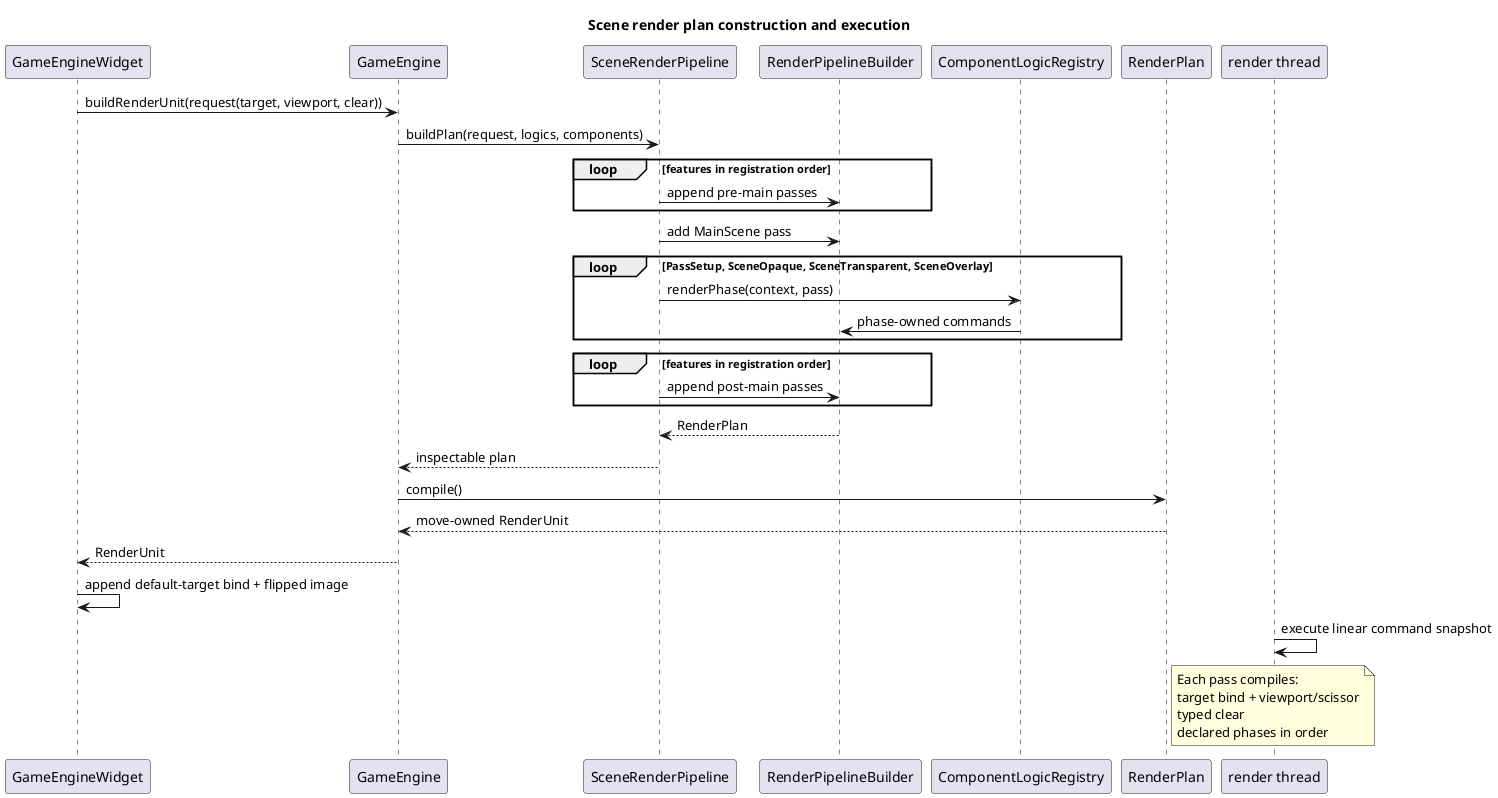
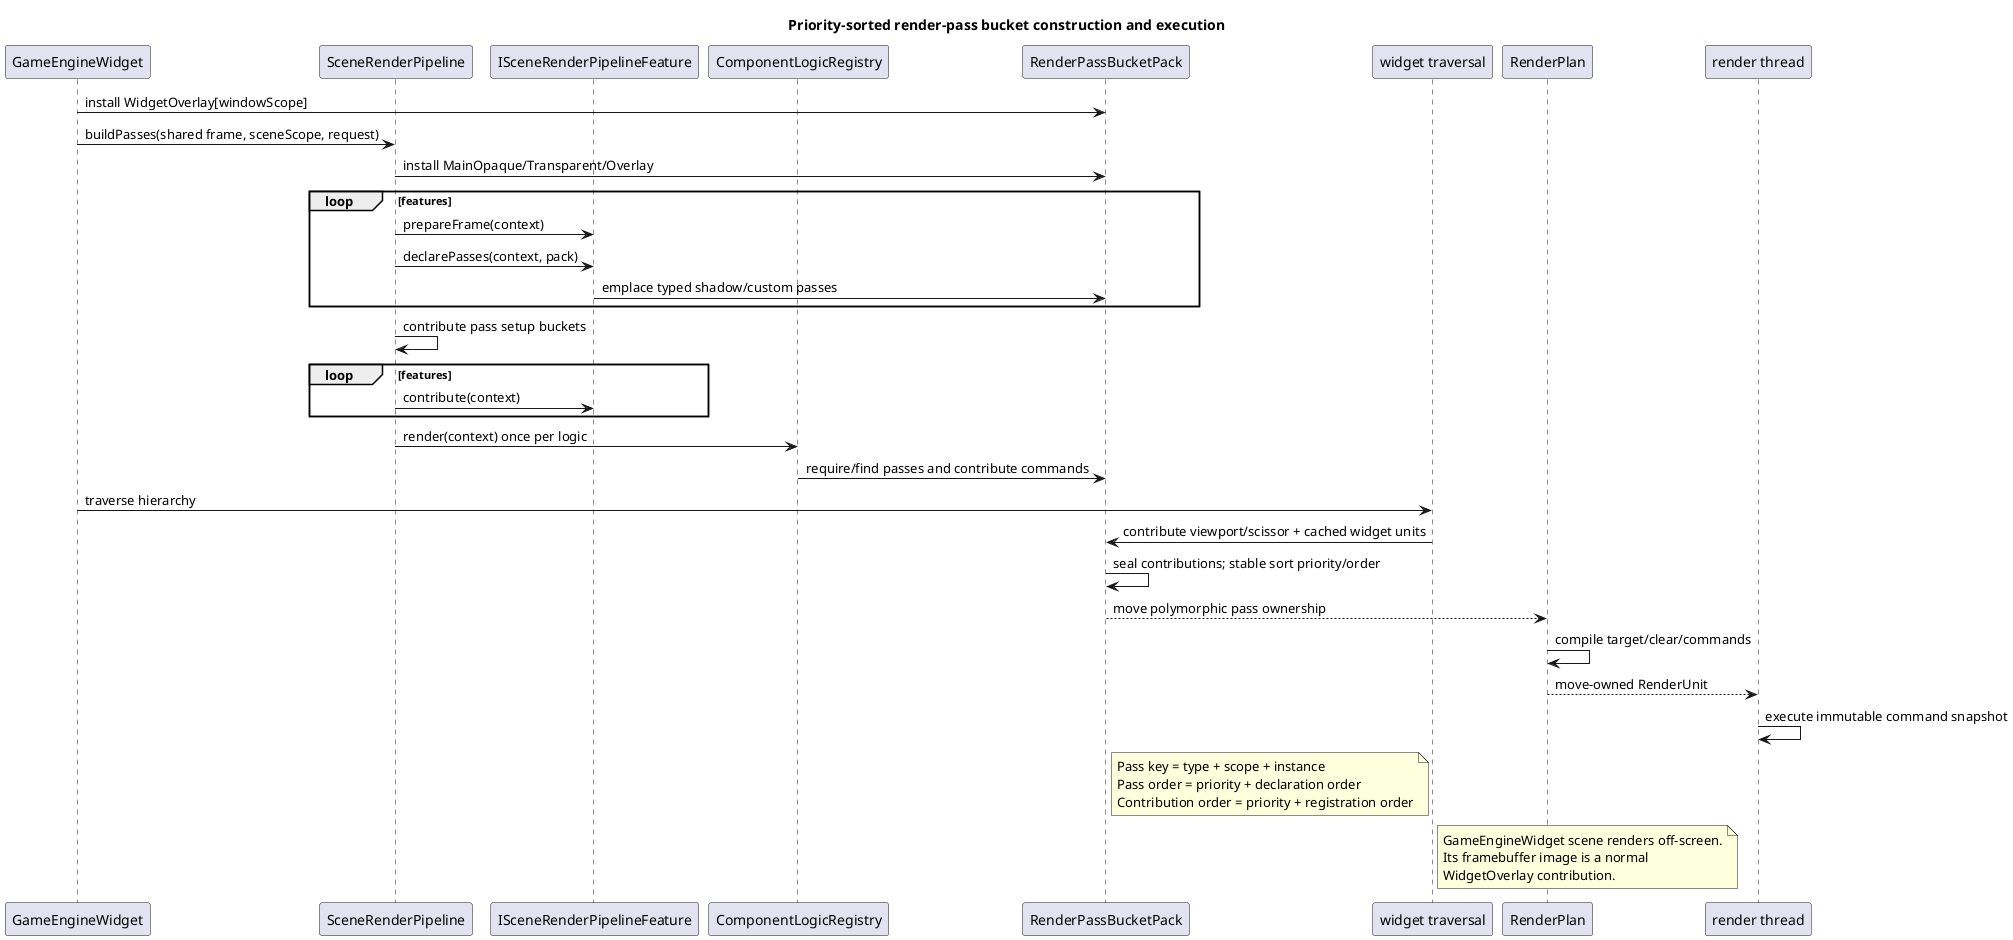
@startuml
- title Scene render plan construction and execution
+ title Priority-sorted render-pass bucket construction and execution

participant GameEngineWidget as Widget
- participant GameEngine as Engine
participant SceneRenderPipeline as Pipeline
- participant RenderPipelineBuilder as Builder
+ participant ISceneRenderPipelineFeature as Feature
participant ComponentLogicRegistry as Logics
+ participant RenderPassBucketPack as Pack
+ participant "widget traversal" as Widgets
participant RenderPlan as Plan
participant "render thread" as RenderThread

- Widget -> Engine : buildRenderUnit(request(target, viewport, clear))
- Engine -> Pipeline : buildPlan(request, logics, components)
- loop features in registration order
- 	Pipeline -> Builder : append pre-main passes
+ Widget -> Pack : install WidgetOverlay[windowScope]
+ Widget -> Pipeline : buildPasses(shared frame, sceneScope, request)
+ Pipeline -> Pack : install MainOpaque/Transparent/Overlay
+ loop features
+   Pipeline -> Feature : prepareFrame(context)
+   Pipeline -> Feature : declarePasses(context, pack)
+   Feature -> Pack : emplace typed shadow/custom passes
end
- Pipeline -> Builder : add MainScene pass
- loop PassSetup, SceneOpaque, SceneTransparent, SceneOverlay
- 	Pipeline -> Logics : renderPhase(context, pass)
- 	Logics -> Builder : phase-owned commands
+ Pipeline -> Pipeline : contribute pass setup buckets
+ loop features
+   Pipeline -> Feature : contribute(context)
end
- loop features in registration order
- 	Pipeline -> Builder : append post-main passes
- end
- Builder --> Pipeline : RenderPlan
- Pipeline --> Engine : inspectable plan
- Engine -> Plan : compile()
- Plan --> Engine : move-owned RenderUnit
- Engine --> Widget : RenderUnit
- Widget -> Widget : append default-target bind + flipped image
- RenderThread -> RenderThread : execute linear command snapshot
+ Pipeline -> Logics : render(context) once per logic
+ Logics -> Pack : require/find passes and contribute commands
+ Widget -> Widgets : traverse hierarchy
+ Widgets -> Pack : contribute viewport/scissor + cached widget units
+ Pack -> Pack : seal contributions; stable sort priority/order
+ Pack --> Plan : move polymorphic pass ownership
+ Plan -> Plan : compile target/clear/commands
+ Plan --> RenderThread : move-owned RenderUnit
+ RenderThread -> RenderThread : execute immutable command snapshot

- note right of Plan
- Each pass compiles:
- target bind + viewport/scissor
- typed clear
- declared phases in order
+ note right of Pack
+ Pass key = type + scope + instance
+ Pass order = priority + declaration order
+ Contribution order = priority + registration order
+ end note
+ 
+ note right of Widgets
+ GameEngineWidget scene renders off-screen.
+ Its framebuffer image is a normal
+ WidgetOverlay contribution.
end note

@enduml
